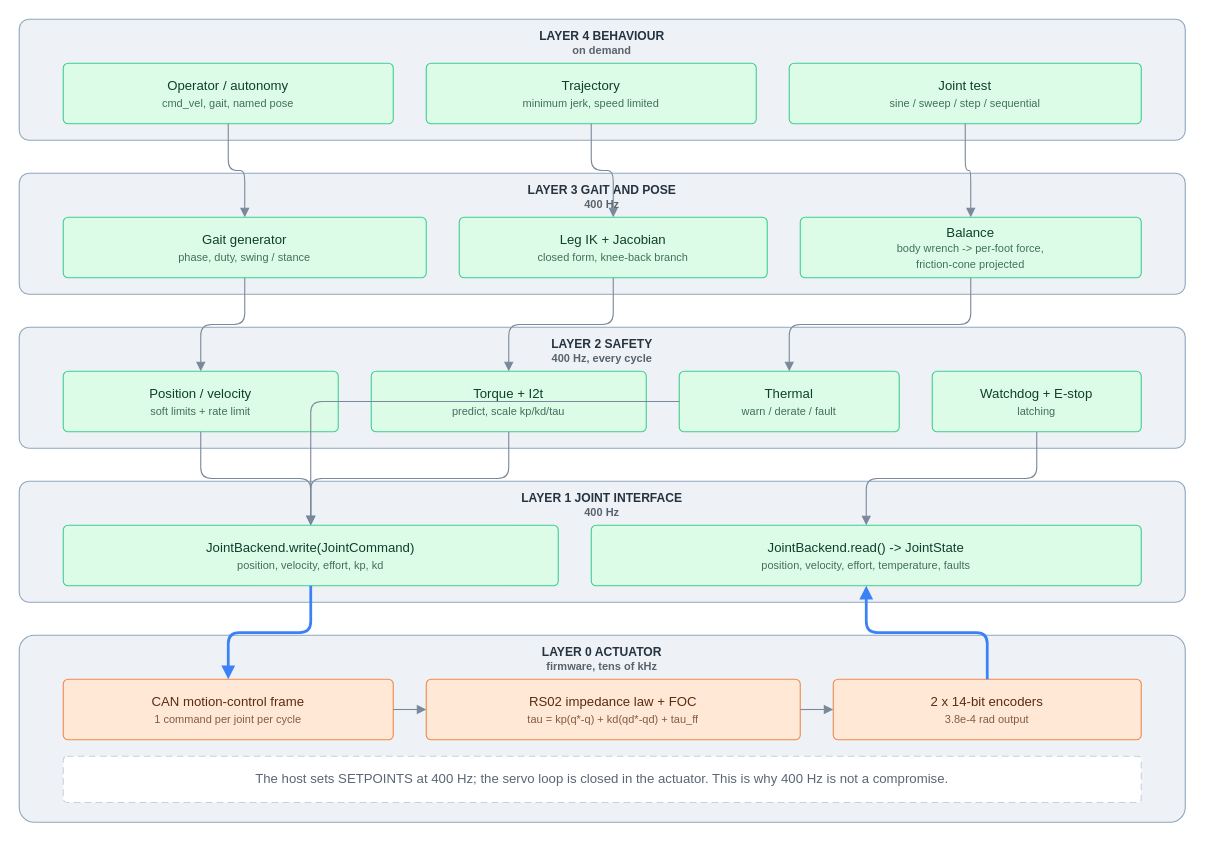
This is docs/diagrams/control_architecture.drawio from farouk15160/robodog, a draw.io file, before an edit. Source tidied: cells renumbered, new cells numbered last; positions are measured from the earlier drawing's top-left corner, leaving out a move shared by most shapes. Both pictures are drawn from the tidied source at 110%, with x=0, y=0 at pixel (19, 19).
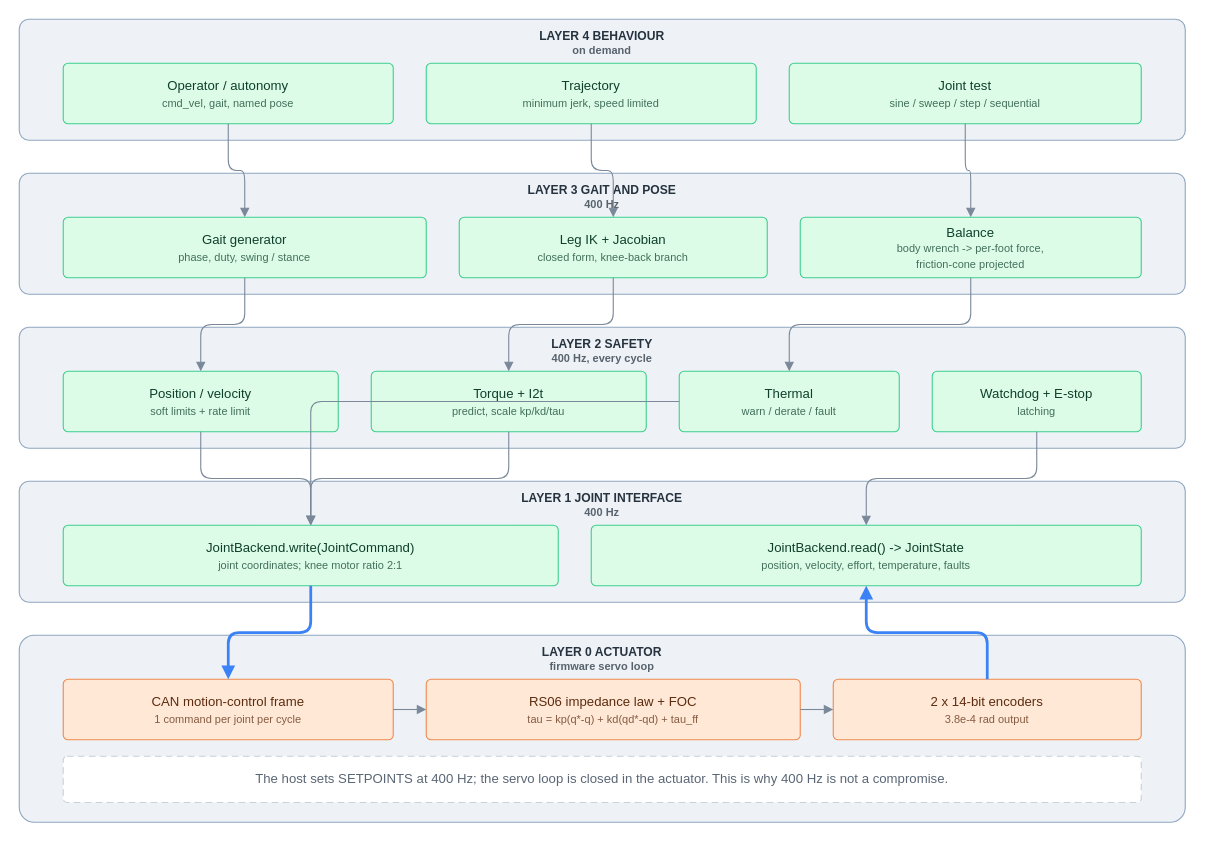
After the change.

What changed in the source:
```diff
@@
-    <mxCell id="6" value="LAYER 0  ACTUATOR&lt;br/&gt;&lt;font style='font-size:10px;opacity:0.75'&gt;firmware, tens of kHz&lt;/font&gt;" style="rounded=1;whiteSpace=wrap;html=1;fillColor=#eef2f7;strokeColor=#8fa6bf;fontColor=#26333f;fontFamily=Helvetica;fontSize=12;arcSize=8;verticalAlign=middle;align=center;spacing=4;verticalAlign=top;fontStyle=1;fontSize=11;" parent="1" vertex="1">
+    <mxCell id="6" value="LAYER 0  ACTUATOR&lt;br/&gt;&lt;font style='font-size:10px;opacity:0.75'&gt;firmware servo loop&lt;/font&gt;" style="rounded=1;whiteSpace=wrap;html=1;fillColor=#eef2f7;strokeColor=#8fa6bf;fontColor=#26333f;fontFamily=Helvetica;fontSize=12;arcSize=8;verticalAlign=middle;align=center;spacing=4;verticalAlign=top;fontStyle=1;fontSize=11;" parent="1" vertex="1">
       <mxGeometry y="560" width="1060" height="170" as="geometry" />
     </mxCell>
@@
-    <mxCell id="17" value="JointBackend.write(JointCommand)&lt;br/&gt;&lt;font style='font-size:10px;opacity:0.75'&gt;position, velocity, effort, kp, kd&lt;/font&gt;" style="rounded=1;whiteSpace=wrap;html=1;fillColor=#dcfce7;strokeColor=#3ecf8e;fontColor=#0f3f2c;fontFamily=Helvetica;fontSize=12;arcSize=8;verticalAlign=middle;align=center;spacing=4;" parent="1" vertex="1">
+    <mxCell id="17" value="JointBackend.write(JointCommand)&lt;br/&gt;&lt;font style='font-size:10px;opacity:0.75'&gt;joint coordinates; knee motor ratio 2:1&lt;/font&gt;" style="rounded=1;whiteSpace=wrap;html=1;fillColor=#dcfce7;strokeColor=#3ecf8e;fontColor=#0f3f2c;fontFamily=Helvetica;fontSize=12;arcSize=8;verticalAlign=middle;align=center;spacing=4;" parent="1" vertex="1">
       <mxGeometry x="40" y="460" width="450" height="55" as="geometry" />
     </mxCell>
@@
-    <mxCell id="20" value="RS02 impedance law + FOC&lt;br/&gt;&lt;font style='font-size:10px;opacity:0.75'&gt;tau = kp(q*-q) + kd(qd*-qd) + tau_ff&lt;/font&gt;" style="rounded=1;whiteSpace=wrap;html=1;fillColor=#ffe8d6;strokeColor=#f0894e;fontColor=#5c2c10;fontFamily=Helvetica;fontSize=12;arcSize=8;verticalAlign=middle;align=center;spacing=4;" parent="1" vertex="1">
+    <mxCell id="20" value="RS06 impedance law + FOC&lt;br/&gt;&lt;font style='font-size:10px;opacity:0.75'&gt;tau = kp(q*-q) + kd(qd*-qd) + tau_ff&lt;/font&gt;" style="rounded=1;whiteSpace=wrap;html=1;fillColor=#ffe8d6;strokeColor=#f0894e;fontColor=#5c2c10;fontFamily=Helvetica;fontSize=12;arcSize=8;verticalAlign=middle;align=center;spacing=4;" parent="1" vertex="1">
       <mxGeometry x="370" y="600" width="340" height="55" as="geometry" />
     </mxCell>
```
